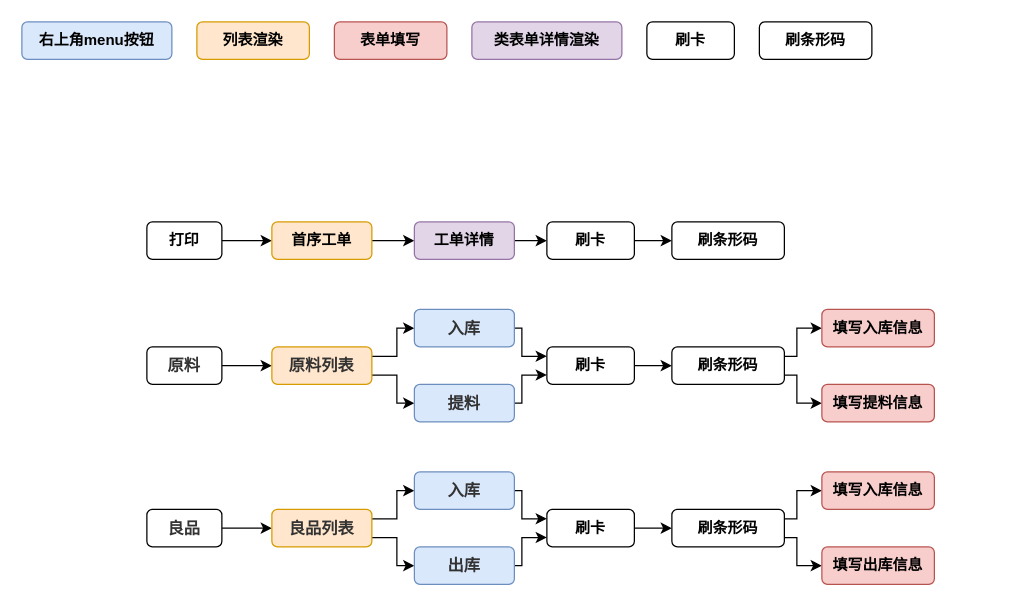
Earlier version of the draw.io diagram page "第 1 页" (1 of 2) of Untitled Diagram.drawio (RuGxxx/Rug_home_Django). Source tidied: cells renumbered, new cells numbered last; positions are measured from the earlier drawing's top-left corner, leaving out a move shared by most shapes. Both pictures are drawn from the tidied source at 125%, with x=0, y=0 at pixel (21, 21).
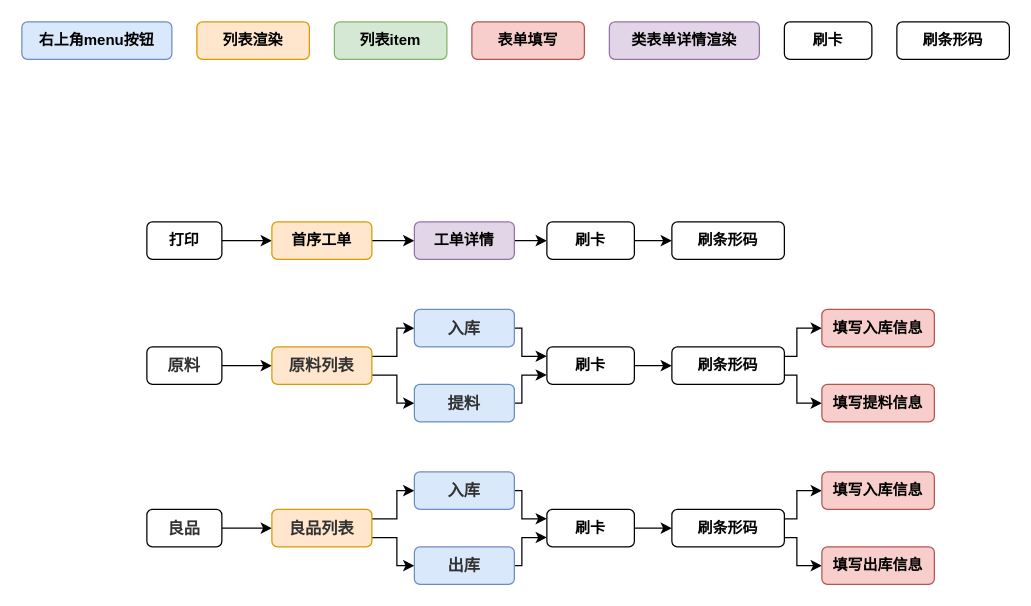
The same diagram, later.

What changed in the source:
```diff
@@
     <mxCell id="4" value="表单填写" style="rounded=1;whiteSpace=wrap;html=1;strokeColor=#b85450;fillColor=#f8cecc;labelBackgroundColor=none;fontStyle=1;" parent="1" vertex="1">
-      <mxGeometry x="250" width="90" height="30" as="geometry" />
+      <mxGeometry x="360" width="90" height="30" as="geometry" />
     </mxCell>
     <mxCell id="5" value="类表单详情渲染" style="rounded=1;whiteSpace=wrap;html=1;strokeColor=#9673a6;fillColor=#e1d5e7;labelBackgroundColor=none;fontStyle=1;" parent="1" vertex="1">
-      <mxGeometry x="360" width="120" height="30" as="geometry" />
+      <mxGeometry x="470" width="120" height="30" as="geometry" />
     </mxCell>
     <mxCell id="6" value="刷条形码" style="rounded=1;whiteSpace=wrap;html=1;labelBackgroundColor=none;fontStyle=1;" parent="1" vertex="1">
-      <mxGeometry x="590" width="90" height="30" as="geometry" />
+      <mxGeometry x="700" width="90" height="30" as="geometry" />
     </mxCell>
@@
     <mxCell id="15" value="刷卡" style="rounded=1;whiteSpace=wrap;html=1;labelBackgroundColor=none;fontStyle=1;" parent="1" vertex="1">
-      <mxGeometry x="500" width="70" height="30" as="geometry" />
+      <mxGeometry x="610" width="70" height="30" as="geometry" />
     </mxCell>
@@
+    <mxCell id="49" value="列表item" style="rounded=1;whiteSpace=wrap;html=1;labelBackgroundColor=none;fontStyle=1;fillColor=#d5e8d4;strokeColor=#82b366;" parent="1" vertex="1">
+      <mxGeometry x="250" width="90" height="30" as="geometry" />
+    </mxCell>
```
